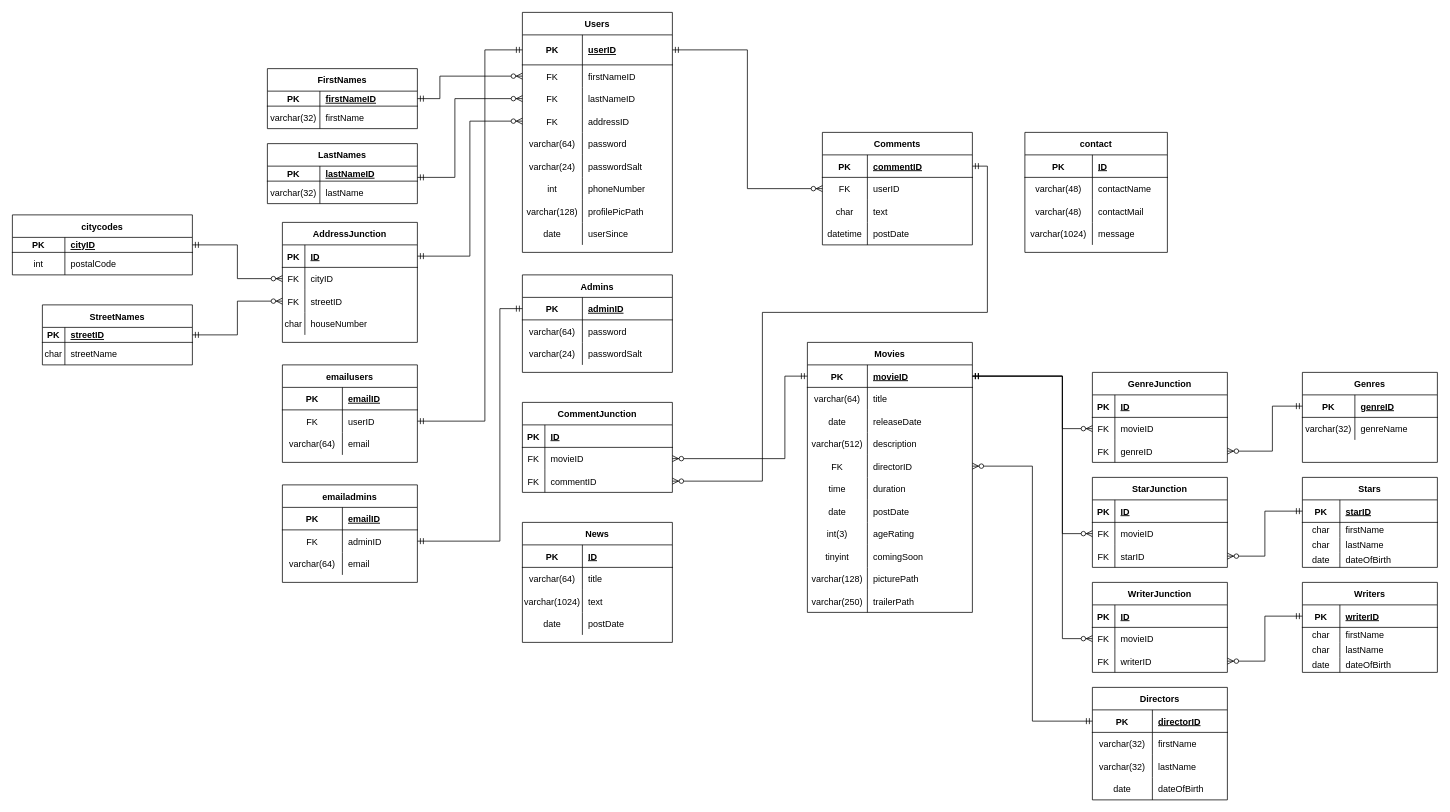
Earlier version of the draw.io diagram FlickClickER.drawio (nikolailarsen01/FlickClick). Source tidied: cells renumbered, new cells numbered last; positions are measured from the earlier drawing's top-left corner, leaving out a move shared by most shapes. Both pictures are drawn from the tidied source at 75%, with x=0, y=0 at pixel (12, 12).
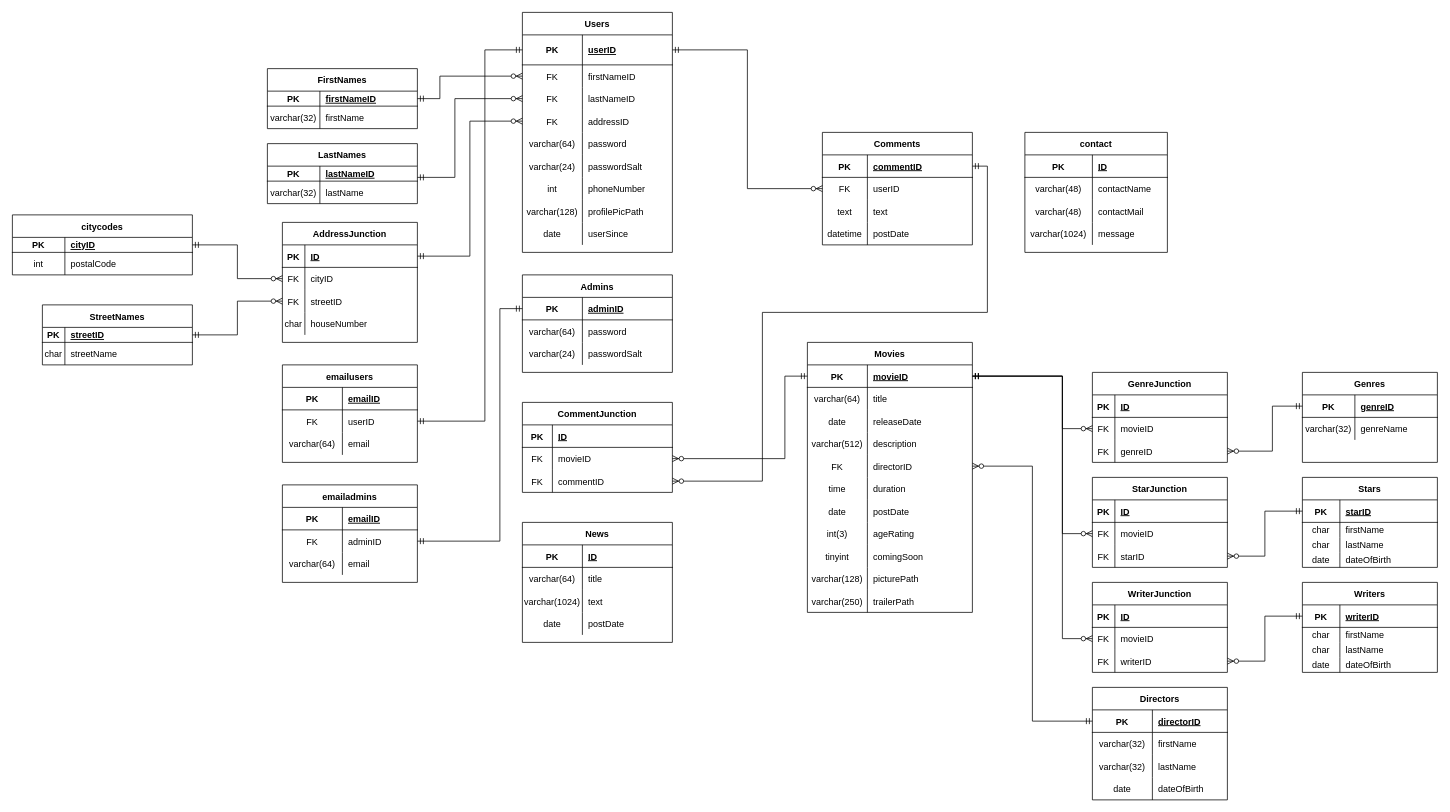
After the change.

The change refers to these unchanged cells:
```xml
<mxCell id="71" style="shape=partialRectangle;fillColor=none;top=0;left=0;bottom=0;right=0;" parent="64" vertex="1">
  <mxGeometry y="90" width="200" height="30" as="geometry" />
</mxCell>
<mxCell id="139" style="shape=partialRectangle;fillColor=none;top=0;left=0;bottom=1;right=0;" parent="138" vertex="1">
  <mxGeometry y="30" width="200" height="30" as="geometry" />
</mxCell>
<mxCell id="142" style="shape=partialRectangle;fillColor=none;top=0;left=0;bottom=0;right=0;points=[[0,0.5],[1,0.5]];portConstraint=eastwest;" parent="138" vertex="1">
  <mxGeometry y="60" width="200" height="30" as="geometry" />
</mxCell>
<mxCell id="145" style="shape=partialRectangle;fillColor=none;top=0;left=0;bottom=0;right=0;points=[[0,0.5],[1,0.5]];portConstraint=eastwest;" parent="138" vertex="1">
  <mxGeometry y="90" width="200" height="30" as="geometry" />
</mxCell>
```

Diff of the diagram source:
```diff
@@
-    <mxCell id="72" value="char" style="shape=partialRectangle;fillColor=none;top=0;left=0;bottom=0;right=0;overflow=hidden;" parent="71" vertex="1">
+    <mxCell id="72" value="text" style="shape=partialRectangle;fillColor=none;top=0;left=0;bottom=0;right=0;overflow=hidden;" parent="71" vertex="1">
       <mxGeometry width="60" height="30" as="geometry" />
     </mxCell>
@@
     <mxCell id="140" value="PK" style="shape=partialRectangle;fillColor=none;top=0;left=0;bottom=0;right=0;fontStyle=1;overflow=hidden;" parent="139" vertex="1">
-      <mxGeometry width="30" height="30" as="geometry" />
+      <mxGeometry width="40" height="30" as="geometry" />
     </mxCell>
     <mxCell id="141" value="ID" style="shape=partialRectangle;fillColor=none;top=0;left=0;bottom=0;right=0;align=left;spacingLeft=6;fontStyle=5;overflow=hidden;" parent="139" vertex="1">
-      <mxGeometry x="30" width="170" height="30" as="geometry" />
+      <mxGeometry x="40" width="160" height="30" as="geometry" />
     </mxCell>
@@
     <mxCell id="143" value="FK" style="shape=partialRectangle;fillColor=none;top=0;left=0;bottom=0;right=0;overflow=hidden;" parent="142" vertex="1">
-      <mxGeometry width="30" height="30" as="geometry" />
+      <mxGeometry width="40" height="30" as="geometry" />
     </mxCell>
     <mxCell id="144" value="movieID" style="shape=partialRectangle;fillColor=none;top=0;left=0;bottom=0;right=0;align=left;spacingLeft=6;overflow=hidden;" parent="142" vertex="1">
-      <mxGeometry x="30" width="170" height="30" as="geometry" />
+      <mxGeometry x="40" width="160" height="30" as="geometry" />
     </mxCell>
@@
     <mxCell id="146" value="FK" style="shape=partialRectangle;fillColor=none;top=0;left=0;bottom=0;right=0;fontStyle=0;overflow=hidden;" parent="145" vertex="1">
-      <mxGeometry width="30" height="30" as="geometry" />
+      <mxGeometry width="40" height="30" as="geometry" />
     </mxCell>
     <mxCell id="147" value="commentID" style="shape=partialRectangle;fillColor=none;top=0;left=0;bottom=0;right=0;align=left;spacingLeft=6;fontStyle=0;overflow=hidden;" parent="145" vertex="1">
-      <mxGeometry x="30" width="170" height="30" as="geometry" />
+      <mxGeometry x="40" width="160" height="30" as="geometry" />
     </mxCell>
```
